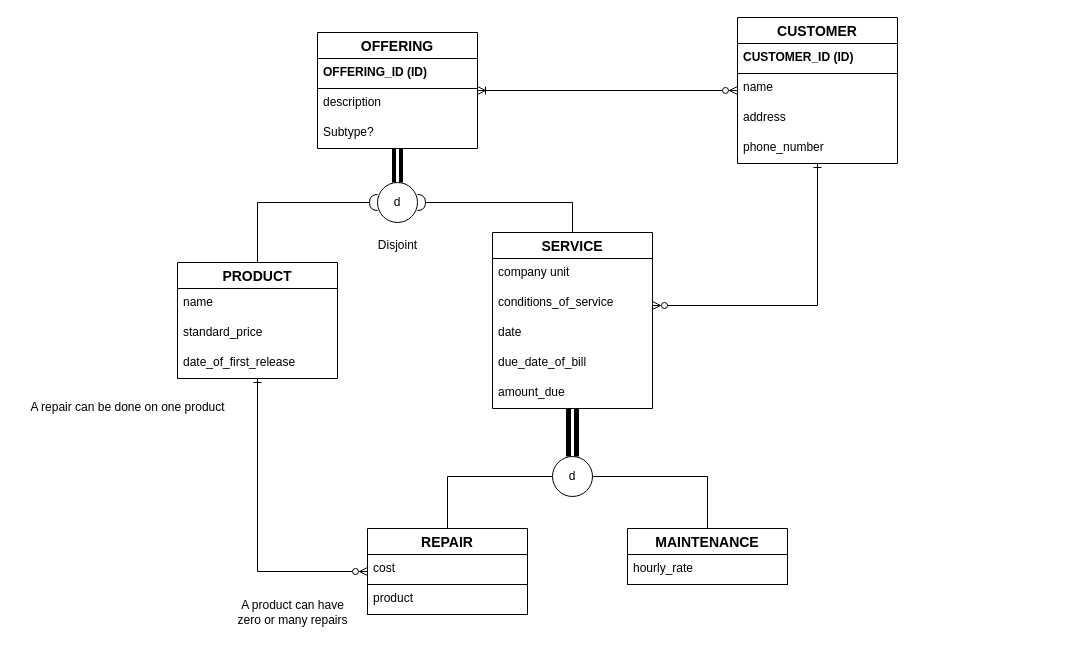
Above: page "Exercise 2" (2 of 2) of Feb10ERD.drawio in robeeds/is380-drawio (draw.io), before the change. Source tidied: cells renumbered, new cells numbered last; positions are measured from the earlier drawing's top-left corner, leaving out a move shared by most shapes. Both pictures are drawn from the tidied source at 100%, with x=0, y=0 at pixel (17, 17).
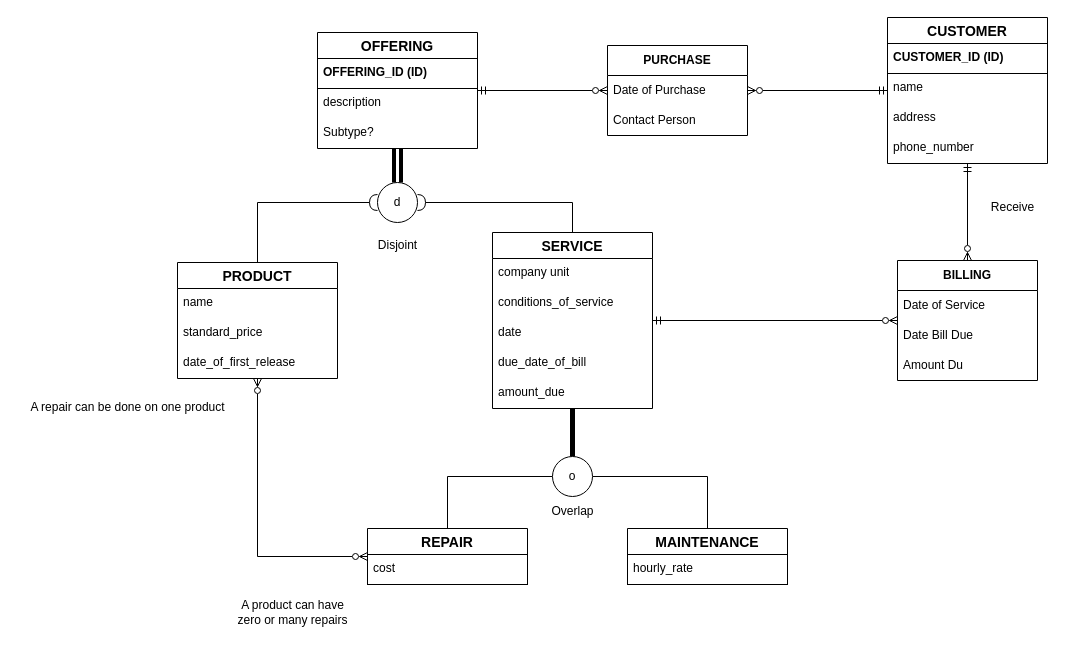
The same page after the edit.

The change refers to these unchanged cells:
```xml
<mxCell id="3" value="OFFERING" style="swimlane;fontStyle=1;horizontal=1;startSize=26;align=center;fontSize=14;" parent="1" vertex="1">
  <mxGeometry x="300" y="15" width="160" height="116" as="geometry" />
</mxCell>
<mxCell id="10" value="PRODUCT" style="swimlane;fontStyle=1;horizontal=1;startSize=26;align=center;fontSize=14;" parent="1" vertex="1">
  <mxGeometry x="160" y="245" width="160" height="116" as="geometry" />
</mxCell>
<mxCell id="15" value="SERVICE" style="swimlane;fontStyle=1;horizontal=1;startSize=26;align=center;fontSize=14;" parent="1" vertex="1">
  <mxGeometry x="475" y="215" width="160" height="176" as="geometry" />
</mxCell>
```

What changed in the source:
```diff
@@
+    <mxCell id="40" style="edgeStyle=orthogonalEdgeStyle;rounded=0;jettySize=auto;html=1;startArrow=ERmandOne;startFill=0;endArrow=ERzeroToMany;endFill=0;" parent="1" edge="1" source="3" target="43">
+      <mxGeometry relative="1" as="geometry" />
+    </mxCell>
@@
-    <mxCell id="14" style="edgeStyle=orthogonalEdgeStyle;rounded=0;jettySize=auto;html=1;shape=link;strokeWidth=5;" parent="1" edge="1" source="15" target="23">
+    <mxCell id="14" style="edgeStyle=orthogonalEdgeStyle;rounded=0;jettySize=auto;html=1;strokeWidth=5;endArrow=none;startFill=0;" parent="1" edge="1" source="15" target="23">
       <mxGeometry relative="1" as="geometry" />
     </mxCell>
@@
-    <mxCell id="23" value="&lt;div&gt;d&lt;/div&gt;" style="ellipse;whiteSpace=wrap;html=1;" parent="1" vertex="1">
+    <mxCell id="23" value="&lt;div&gt;o&lt;/div&gt;" style="ellipse;whiteSpace=wrap;html=1;" parent="1" vertex="1">
       <mxGeometry x="535" y="439" width="40" height="40" as="geometry" />
     </mxCell>
-    <mxCell id="24" style="edgeStyle=orthogonalEdgeStyle;rounded=0;jettySize=auto;html=1;endArrow=ERone;endFill=0;startArrow=ERzeroToMany;startFill=0;" parent="1" edge="1" source="25" target="10">
+    <mxCell id="24" style="edgeStyle=orthogonalEdgeStyle;rounded=0;jettySize=auto;html=1;endArrow=ERzeroToMany;endFill=0;startArrow=ERzeroToMany;startFill=0;" parent="1" edge="1" source="25" target="10">
       <mxGeometry relative="1" as="geometry" />
     </mxCell>
     <mxCell id="25" value="REPAIR" style="swimlane;fontStyle=1;horizontal=1;startSize=26;align=center;fontSize=14;" parent="1" vertex="1">
-      <mxGeometry x="350" y="511" width="160" height="86" as="geometry" />
+      <mxGeometry x="350" y="511" width="160" height="56" as="geometry" />
     </mxCell>
@@
-    <mxCell id="27" value="product" style="text;strokeColor=default;fillColor=none;spacingLeft=4;spacingRight=4;overflow=hidden;fontSize=12;whiteSpace=wrap;html=1;" parent="25" vertex="1">
-      <mxGeometry y="56" width="160" height="30" as="geometry" />
-    </mxCell>
@@
-    <mxCell id="30" style="edgeStyle=orthogonalEdgeStyle;rounded=0;jettySize=auto;html=1;startArrow=ERzeroToMany;startFill=0;endArrow=ERoneToMany;endFill=0;" parent="1" edge="1" source="32" target="3">
-      <mxGeometry relative="1" as="geometry" />
-    </mxCell>
-    <mxCell id="31" style="edgeStyle=orthogonalEdgeStyle;rounded=0;jettySize=auto;html=1;endArrow=ERzeroToMany;endFill=0;startArrow=ERone;startFill=0;" parent="1" edge="1" source="32" target="15">
-      <mxGeometry relative="1" as="geometry">
-        <Array as="points">
-          <mxPoint x="800" y="288" />
-        </Array>
-      </mxGeometry>
+    <mxCell id="31" style="edgeStyle=orthogonalEdgeStyle;rounded=0;jettySize=auto;html=1;endArrow=ERmandOne;endFill=0;startArrow=ERzeroToMany;startFill=0;" parent="1" edge="1" source="46" target="15">
+      <mxGeometry relative="1" as="geometry" />
     </mxCell>
+    <mxCell id="41" style="edgeStyle=orthogonalEdgeStyle;rounded=0;jettySize=auto;html=1;startArrow=ERmandOne;startFill=0;endArrow=ERzeroToMany;endFill=0;" parent="1" edge="1" source="32" target="46">
+      <mxGeometry relative="1" as="geometry" />
+    </mxCell>
     <mxCell id="32" value="CUSTOMER" style="swimlane;fontStyle=1;horizontal=1;startSize=26;align=center;fontSize=14;" parent="1" vertex="1">
-      <mxGeometry x="720" width="160" height="146" as="geometry" />
+      <mxGeometry x="870" width="160" height="146" as="geometry" />
     </mxCell>
@@
+    <mxCell id="42" style="edgeStyle=orthogonalEdgeStyle;rounded=0;jettySize=auto;html=1;endArrow=ERmandOne;endFill=0;startArrow=ERzeroToMany;startFill=0;" parent="1" edge="1" source="43" target="32">
+      <mxGeometry relative="1" as="geometry" />
+    </mxCell>
+    <mxCell id="43" value="&lt;b&gt;PURCHASE&lt;/b&gt;" style="swimlane;fontStyle=0;horizontal=1;startSize=30;whiteSpace=wrap;html=1;" parent="1" vertex="1">
+      <mxGeometry x="590" y="28" width="140" height="90" as="geometry" />
+    </mxCell>
+    <mxCell id="44" value="Date of Purchase" style="text;strokeColor=none;fillColor=none;align=left;verticalAlign=middle;spacingLeft=4;spacingRight=4;overflow=hidden;whiteSpace=wrap;html=1;" parent="43" vertex="1">
+      <mxGeometry y="30" width="140" height="30" as="geometry" />
+    </mxCell>
+    <mxCell id="45" value="Contact Person" style="text;strokeColor=none;fillColor=none;align=left;verticalAlign=middle;spacingLeft=4;spacingRight=4;overflow=hidden;whiteSpace=wrap;html=1;" parent="43" vertex="1">
+      <mxGeometry y="60" width="140" height="30" as="geometry" />
+    </mxCell>
+    <mxCell id="46" value="&lt;b&gt;BILLING&lt;/b&gt;" style="swimlane;fontStyle=0;horizontal=1;startSize=30;whiteSpace=wrap;html=1;" parent="1" vertex="1">
+      <mxGeometry x="880" y="243" width="140" height="120" as="geometry" />
+    </mxCell>
+    <mxCell id="47" value="Date of Service&lt;span style=&quot;white-space: pre;&quot;&gt;&#9;&lt;/span&gt;" style="text;strokeColor=none;fillColor=none;align=left;verticalAlign=middle;spacingLeft=4;spacingRight=4;overflow=hidden;whiteSpace=wrap;html=1;" parent="46" vertex="1">
+      <mxGeometry y="30" width="140" height="30" as="geometry" />
+    </mxCell>
+    <mxCell id="48" value="Date Bill Due&lt;span style=&quot;white-space: pre;&quot;&gt;&#9;&lt;/span&gt;" style="text;strokeColor=none;fillColor=none;align=left;verticalAlign=middle;spacingLeft=4;spacingRight=4;overflow=hidden;whiteSpace=wrap;html=1;" parent="46" vertex="1">
+      <mxGeometry y="60" width="140" height="30" as="geometry" />
+    </mxCell>
+    <mxCell id="49" value="Amount Du" style="text;strokeColor=none;fillColor=none;align=left;verticalAlign=middle;spacingLeft=4;spacingRight=4;overflow=hidden;whiteSpace=wrap;html=1;" parent="46" vertex="1">
+      <mxGeometry y="90" width="140" height="30" as="geometry" />
+    </mxCell>
+    <mxCell id="50" value="Overlap" style="text;html=1;align=center;verticalAlign=middle;strokeColor=none;fillColor=none;" parent="1" vertex="1">
+      <mxGeometry x="520" y="479" width="70" height="30" as="geometry" />
+    </mxCell>
+    <mxCell id="51" value="Receive" style="text;html=1;align=center;verticalAlign=middle;strokeColor=none;fillColor=none;" parent="1" vertex="1">
+      <mxGeometry x="960" y="175" width="70" height="30" as="geometry" />
+    </mxCell>
```
